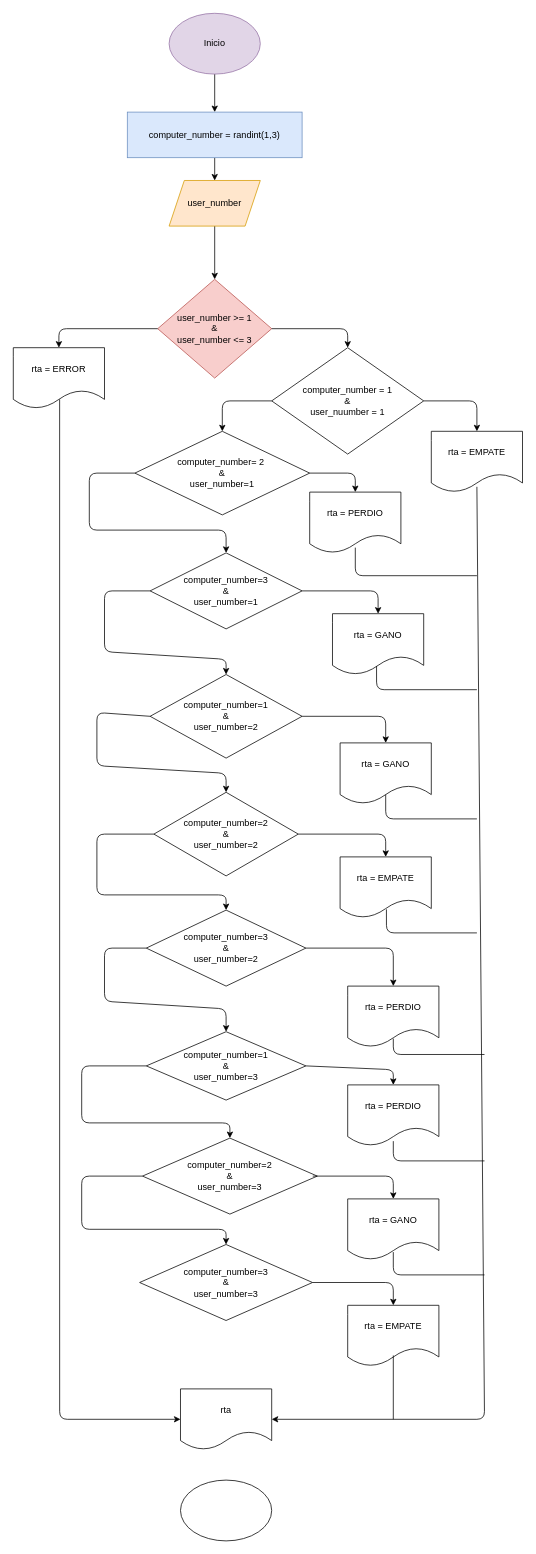
Before: diagrama.drawio in michaelmorales-web/piedra_papel_tijera, a draw.io diagram. Source tidied: cells renumbered, new cells numbered last; positions are measured from the earlier drawing's top-left corner, leaving out a move shared by most shapes. Both pictures are drawn from the tidied source at 76%, with x=0, y=0 at pixel (13, 13).
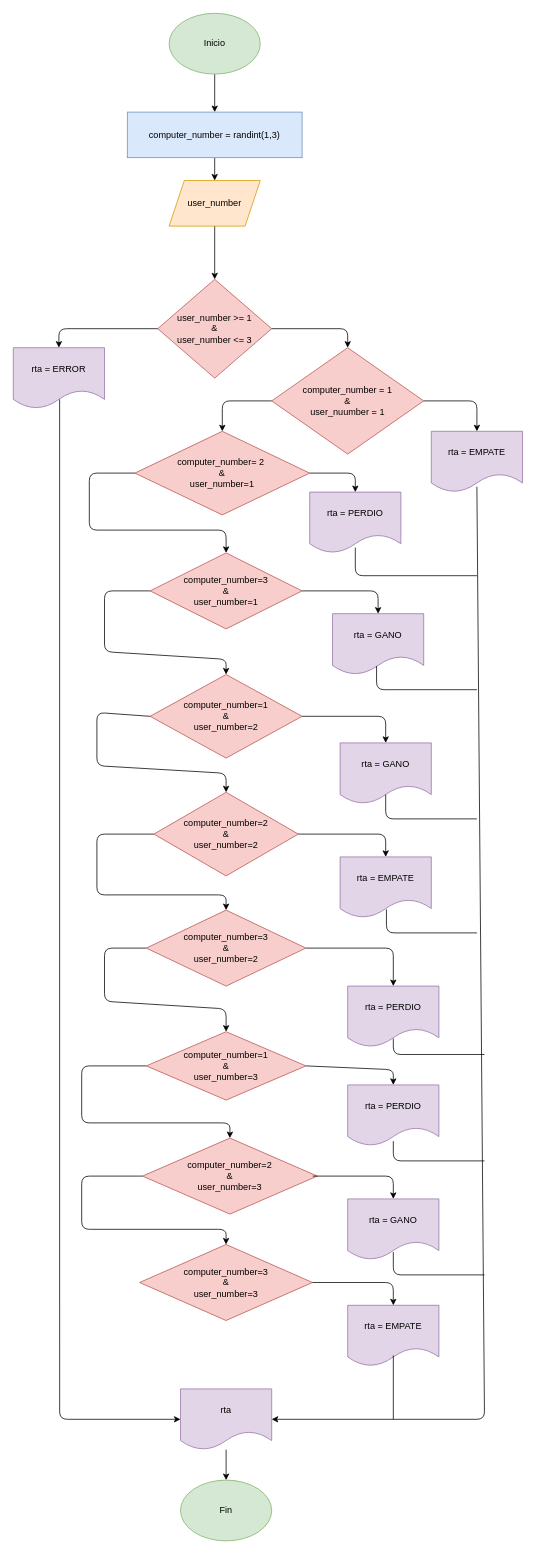
The same diagram, later.

Commit message (it also covers changes not shown here):
Se actualiza el archivo con diseño y analisis

What changed in the source:
```diff
@@
-    <mxCell id="3" value="Inicio" style="ellipse;whiteSpace=wrap;html=1;fillColor=#e1d5e7;strokeColor=#9673a6;" parent="1" vertex="1">
+    <mxCell id="3" value="Inicio" style="ellipse;whiteSpace=wrap;html=1;fillColor=#d5e8d4;strokeColor=#82b366;" parent="1" vertex="1">
       <mxGeometry x="205" width="120" height="80" as="geometry" />
     </mxCell>
@@
-    <mxCell id="9" value="rta = ERROR" style="shape=document;whiteSpace=wrap;html=1;boundedLbl=1;" parent="1" vertex="1">
+    <mxCell id="9" value="rta = ERROR" style="shape=document;whiteSpace=wrap;html=1;boundedLbl=1;fillColor=#e1d5e7;strokeColor=#9673a6;" parent="1" vertex="1">
       <mxGeometry y="440" width="120" height="80" as="geometry" />
     </mxCell>
@@
-    <mxCell id="11" value="computer_number = 1&lt;div&gt;&amp;amp;&lt;/div&gt;&lt;div&gt;user_nuumber = 1&lt;/div&gt;" style="rhombus;whiteSpace=wrap;html=1;" parent="1" vertex="1">
+    <mxCell id="11" value="computer_number = 1&lt;div&gt;&amp;amp;&lt;/div&gt;&lt;div&gt;user_nuumber = 1&lt;/div&gt;" style="rhombus;whiteSpace=wrap;html=1;fillColor=#f8cecc;strokeColor=#b85450;" parent="1" vertex="1">
       <mxGeometry x="340" y="440" width="200" height="140" as="geometry" />
     </mxCell>
@@
-    <mxCell id="13" value="rta = EMPATE" style="shape=document;whiteSpace=wrap;html=1;boundedLbl=1;" parent="1" vertex="1">
+    <mxCell id="13" value="rta = EMPATE" style="shape=document;whiteSpace=wrap;html=1;boundedLbl=1;fillColor=#e1d5e7;strokeColor=#9673a6;" parent="1" vertex="1">
       <mxGeometry x="550" y="550" width="120" height="80" as="geometry" />
     </mxCell>
@@
-    <mxCell id="15" value="computer_number= 2&amp;nbsp;&lt;div&gt;&amp;amp;&lt;/div&gt;&lt;div&gt;user_number=1&lt;/div&gt;" style="rhombus;whiteSpace=wrap;html=1;" parent="1" vertex="1">
+    <mxCell id="15" value="computer_number= 2&amp;nbsp;&lt;div&gt;&amp;amp;&lt;/div&gt;&lt;div&gt;user_number=1&lt;/div&gt;" style="rhombus;whiteSpace=wrap;html=1;fillColor=#f8cecc;strokeColor=#b85450;" parent="1" vertex="1">
       <mxGeometry x="160" y="550" width="230" height="110" as="geometry" />
     </mxCell>
-    <mxCell id="16" value="rta = PERDIO" style="shape=document;whiteSpace=wrap;html=1;boundedLbl=1;" parent="1" vertex="1">
+    <mxCell id="16" value="rta = PERDIO" style="shape=document;whiteSpace=wrap;html=1;boundedLbl=1;fillColor=#e1d5e7;strokeColor=#9673a6;" parent="1" vertex="1">
       <mxGeometry x="390" y="630" width="120" height="80" as="geometry" />
     </mxCell>
@@
-    <mxCell id="20" value="computer_number=3&lt;div&gt;&amp;amp;&lt;/div&gt;&lt;div&gt;user_number=1&lt;/div&gt;" style="rhombus;whiteSpace=wrap;html=1;" parent="1" vertex="1">
+    <mxCell id="20" value="computer_number=3&lt;div&gt;&amp;amp;&lt;/div&gt;&lt;div&gt;user_number=1&lt;/div&gt;" style="rhombus;whiteSpace=wrap;html=1;fillColor=#f8cecc;strokeColor=#b85450;" parent="1" vertex="1">
       <mxGeometry x="180" y="710" width="200" height="100" as="geometry" />
     </mxCell>
-    <mxCell id="21" value="rta = GANO" style="shape=document;whiteSpace=wrap;html=1;boundedLbl=1;" parent="1" vertex="1">
+    <mxCell id="21" value="rta = GANO" style="shape=document;whiteSpace=wrap;html=1;boundedLbl=1;fillColor=#e1d5e7;strokeColor=#9673a6;" parent="1" vertex="1">
       <mxGeometry x="420" y="790" width="120" height="80" as="geometry" />
     </mxCell>
@@
-    <mxCell id="23" value="computer_number=1&lt;div&gt;&amp;amp;&lt;/div&gt;&lt;div&gt;user_number=2&lt;/div&gt;" style="rhombus;whiteSpace=wrap;html=1;" parent="1" vertex="1">
+    <mxCell id="23" value="computer_number=1&lt;div&gt;&amp;amp;&lt;/div&gt;&lt;div&gt;user_number=2&lt;/div&gt;" style="rhombus;whiteSpace=wrap;html=1;fillColor=#f8cecc;strokeColor=#b85450;" parent="1" vertex="1">
       <mxGeometry x="180" y="870" width="200" height="110" as="geometry" />
     </mxCell>
-    <mxCell id="24" value="rta = GANO" style="shape=document;whiteSpace=wrap;html=1;boundedLbl=1;" parent="1" vertex="1">
+    <mxCell id="24" value="rta = GANO" style="shape=document;whiteSpace=wrap;html=1;boundedLbl=1;fillColor=#e1d5e7;strokeColor=#9673a6;" parent="1" vertex="1">
       <mxGeometry x="430" y="960" width="120" height="80" as="geometry" />
     </mxCell>
@@
-    <mxCell id="27" value="computer_number=2&lt;div&gt;&amp;amp;&lt;/div&gt;&lt;div&gt;user_number=2&lt;/div&gt;" style="rhombus;whiteSpace=wrap;html=1;" parent="1" vertex="1">
+    <mxCell id="27" value="computer_number=2&lt;div&gt;&amp;amp;&lt;/div&gt;&lt;div&gt;user_number=2&lt;/div&gt;" style="rhombus;whiteSpace=wrap;html=1;fillColor=#f8cecc;strokeColor=#b85450;" parent="1" vertex="1">
       <mxGeometry x="185" y="1025" width="190" height="110" as="geometry" />
     </mxCell>
@@
-    <mxCell id="29" value="rta = EMPATE" style="shape=document;whiteSpace=wrap;html=1;boundedLbl=1;" parent="1" vertex="1">
+    <mxCell id="29" value="rta = EMPATE" style="shape=document;whiteSpace=wrap;html=1;boundedLbl=1;fillColor=#e1d5e7;strokeColor=#9673a6;" parent="1" vertex="1">
       <mxGeometry x="430" y="1110" width="120" height="80" as="geometry" />
     </mxCell>
@@
-    <mxCell id="31" value="computer_number=3&lt;div&gt;&amp;amp;&lt;/div&gt;&lt;div&gt;user_number=2&lt;/div&gt;" style="rhombus;whiteSpace=wrap;html=1;" parent="1" vertex="1">
+    <mxCell id="31" value="computer_number=3&lt;div&gt;&amp;amp;&lt;/div&gt;&lt;div&gt;user_number=2&lt;/div&gt;" style="rhombus;whiteSpace=wrap;html=1;fillColor=#f8cecc;strokeColor=#b85450;" parent="1" vertex="1">
       <mxGeometry x="175" y="1180" width="210" height="100" as="geometry" />
     </mxCell>
@@
-    <mxCell id="33" value="rta = PERDIO" style="shape=document;whiteSpace=wrap;html=1;boundedLbl=1;" parent="1" vertex="1">
+    <mxCell id="33" value="rta = PERDIO" style="shape=document;whiteSpace=wrap;html=1;boundedLbl=1;fillColor=#e1d5e7;strokeColor=#9673a6;" parent="1" vertex="1">
       <mxGeometry x="440" y="1280" width="120" height="80" as="geometry" />
     </mxCell>
@@
-    <mxCell id="35" value="computer_number=1&lt;div&gt;&amp;amp;&lt;/div&gt;&lt;div&gt;user_number=3&lt;/div&gt;" style="rhombus;whiteSpace=wrap;html=1;" parent="1" vertex="1">
+    <mxCell id="35" value="computer_number=1&lt;div&gt;&amp;amp;&lt;/div&gt;&lt;div&gt;user_number=3&lt;/div&gt;" style="rhombus;whiteSpace=wrap;html=1;fillColor=#f8cecc;strokeColor=#b85450;" parent="1" vertex="1">
       <mxGeometry x="175" y="1340" width="210" height="90" as="geometry" />
     </mxCell>
@@
-    <mxCell id="37" value="rta = PERDIO" style="shape=document;whiteSpace=wrap;html=1;boundedLbl=1;" parent="1" vertex="1">
+    <mxCell id="37" value="rta = PERDIO" style="shape=document;whiteSpace=wrap;html=1;boundedLbl=1;fillColor=#e1d5e7;strokeColor=#9673a6;" parent="1" vertex="1">
       <mxGeometry x="440" y="1410" width="120" height="80" as="geometry" />
     </mxCell>
@@
-    <mxCell id="39" value="computer_number=2&lt;div&gt;&amp;amp;&lt;/div&gt;&lt;div&gt;user_number=3&lt;/div&gt;" style="rhombus;whiteSpace=wrap;html=1;" parent="1" vertex="1">
+    <mxCell id="39" value="computer_number=2&lt;div&gt;&amp;amp;&lt;/div&gt;&lt;div&gt;user_number=3&lt;/div&gt;" style="rhombus;whiteSpace=wrap;html=1;fillColor=#f8cecc;strokeColor=#b85450;" parent="1" vertex="1">
       <mxGeometry x="170" y="1480" width="230" height="100" as="geometry" />
     </mxCell>
@@
-    <mxCell id="42" value="rta = GANO" style="shape=document;whiteSpace=wrap;html=1;boundedLbl=1;" parent="1" vertex="1">
+    <mxCell id="42" value="rta = GANO" style="shape=document;whiteSpace=wrap;html=1;boundedLbl=1;fillColor=#e1d5e7;strokeColor=#9673a6;" parent="1" vertex="1">
       <mxGeometry x="440" y="1560" width="120" height="80" as="geometry" />
     </mxCell>
-    <mxCell id="43" value="computer_number=3&lt;div&gt;&amp;amp;&lt;/div&gt;&lt;div&gt;user_number=3&lt;/div&gt;" style="rhombus;whiteSpace=wrap;html=1;" parent="1" vertex="1">
+    <mxCell id="43" value="computer_number=3&lt;div&gt;&amp;amp;&lt;/div&gt;&lt;div&gt;user_number=3&lt;/div&gt;" style="rhombus;whiteSpace=wrap;html=1;fillColor=#f8cecc;strokeColor=#b85450;" parent="1" vertex="1">
       <mxGeometry x="166.2" y="1620" width="227.5" height="100" as="geometry" />
     </mxCell>
@@
-    <mxCell id="45" value="rta = EMPATE" style="shape=document;whiteSpace=wrap;html=1;boundedLbl=1;" parent="1" vertex="1">
+    <mxCell id="45" value="rta = EMPATE" style="shape=document;whiteSpace=wrap;html=1;boundedLbl=1;fillColor=#e1d5e7;strokeColor=#9673a6;" parent="1" vertex="1">
       <mxGeometry x="440" y="1700" width="120" height="80" as="geometry" />
     </mxCell>
@@
-    <mxCell id="47" style="ellipse;whiteSpace=wrap;html=1;" parent="1" vertex="1">
+    <mxCell id="47" value="Fin" style="ellipse;whiteSpace=wrap;html=1;fillColor=#d5e8d4;strokeColor=#82b366;" parent="1" vertex="1">
       <mxGeometry x="220" y="1930" width="120" height="80" as="geometry" />
     </mxCell>
+    <mxCell id="59" style="edgeStyle=none;html=1;" parent="1" edge="1" source="48" target="47">
+      <mxGeometry relative="1" as="geometry" />
+    </mxCell>
-    <mxCell id="48" value="rta" style="shape=document;whiteSpace=wrap;html=1;boundedLbl=1;" parent="1" vertex="1">
+    <mxCell id="48" value="rta" style="shape=document;whiteSpace=wrap;html=1;boundedLbl=1;fillColor=#e1d5e7;strokeColor=#9673a6;" parent="1" vertex="1">
       <mxGeometry x="220" y="1810" width="120" height="80" as="geometry" />
     </mxCell>
```
